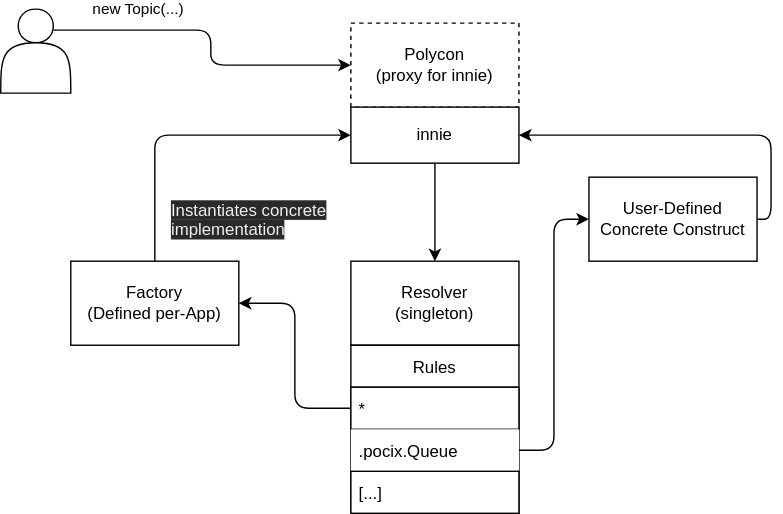
Earlier version of the draw.io export docs/polycons.drawio.svg (winglang/polycons). Source tidied: cells renumbered, new cells last; positions are measured from the earlier drawing's top-left corner, leaving out a move shared by most shapes.
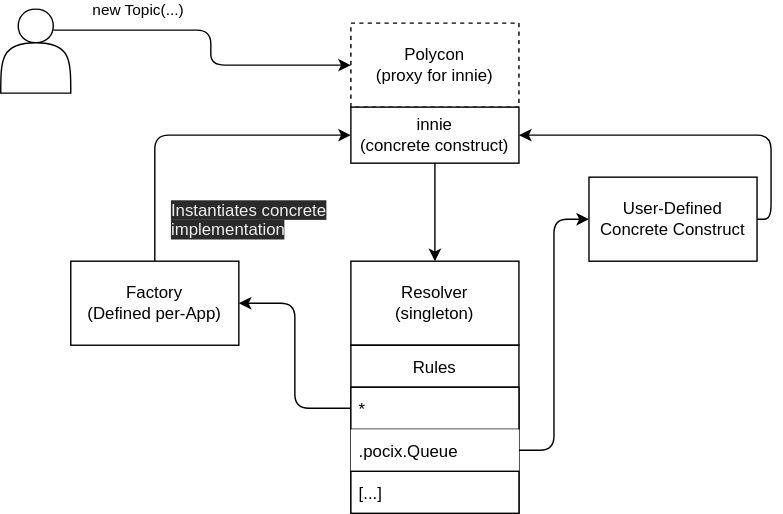
The same diagram one commit later.

Diff of the diagram source:
```diff
@@ -38,7 +38,7 @@
     <mxCell id="13" style="edgeStyle=orthogonalEdgeStyle;html=1;exitX=0.5;exitY=1;exitDx=0;exitDy=0;entryX=0.5;entryY=0;entryDx=0;entryDy=0;" parent="1" edge="1" source="14" target="3">
       <mxGeometry relative="1" as="geometry" />
     </mxCell>
-    <mxCell id="14" value="innie" style="rounded=0;whiteSpace=wrap;html=1;strokeColor=default;" parent="1" vertex="1">
+    <mxCell id="14" value="innie&lt;br&gt;(concrete construct)" style="rounded=0;whiteSpace=wrap;html=1;strokeColor=default;" parent="1" vertex="1">
       <mxGeometry x="250" y="70" width="120" height="40" as="geometry" />
     </mxCell>
     <mxCell id="15" style="edgeStyle=orthogonalEdgeStyle;html=1;exitX=0.75;exitY=0.25;exitDx=0;exitDy=0;exitPerimeter=0;entryX=0;entryY=0.5;entryDx=0;entryDy=0;" parent="1" edge="1" source="17" target="2">
```
